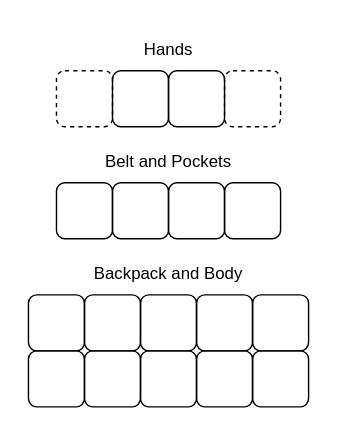
Above: docs/assets/Inventory.drawio.svg in varpeti/yaol_rpg (draw.io), before the change. Source tidied: cells renumbered, new cells last; positions are measured from the earlier drawing's top-left corner, leaving out a move shared by most shapes. The source it was exported from:
```xml
<mxGraphModel>
  <root>
    <mxCell id="0" />
    <mxCell id="1" parent="0" />
    <mxCell id="2" style="rounded=1;whiteSpace=wrap;html=1;fillColor=none;" parent="1" vertex="1">
      <mxGeometry x="60" y="30" width="40" height="40" as="geometry" />
    </mxCell>
    <mxCell id="3" style="rounded=1;whiteSpace=wrap;html=1;fillColor=none;" parent="1" vertex="1">
      <mxGeometry x="100" y="30" width="40" height="40" as="geometry" />
    </mxCell>
    <mxCell id="4" style="rounded=1;whiteSpace=wrap;html=1;dashed=1;fillColor=none;" parent="1" vertex="1">
      <mxGeometry x="20" y="30" width="40" height="40" as="geometry" />
    </mxCell>
    <mxCell id="5" style="rounded=1;whiteSpace=wrap;html=1;fillColor=none;" parent="1" vertex="1">
      <mxGeometry x="60" y="110" width="40" height="40" as="geometry" />
    </mxCell>
    <mxCell id="6" style="rounded=1;whiteSpace=wrap;html=1;fillColor=none;" parent="1" vertex="1">
      <mxGeometry x="100" y="110" width="40" height="40" as="geometry" />
    </mxCell>
    <mxCell id="7" style="rounded=1;whiteSpace=wrap;html=1;fillColor=none;" parent="1" vertex="1">
      <mxGeometry x="140" y="110" width="40" height="40" as="geometry" />
    </mxCell>
    <mxCell id="8" style="rounded=1;whiteSpace=wrap;html=1;fillColor=none;" parent="1" vertex="1">
      <mxGeometry x="20" y="110" width="40" height="40" as="geometry" />
    </mxCell>
    <mxCell id="9" style="rounded=1;whiteSpace=wrap;html=1;fillColor=none;" parent="1" vertex="1">
      <mxGeometry x="40" y="190" width="40" height="40" as="geometry" />
    </mxCell>
    <mxCell id="10" style="rounded=1;whiteSpace=wrap;html=1;fillColor=none;" parent="1" vertex="1">
      <mxGeometry x="80" y="190" width="40" height="40" as="geometry" />
    </mxCell>
    <mxCell id="11" style="rounded=1;whiteSpace=wrap;html=1;fillColor=none;" parent="1" vertex="1">
      <mxGeometry x="120" y="190" width="40" height="40" as="geometry" />
    </mxCell>
    <mxCell id="12" style="rounded=1;whiteSpace=wrap;html=1;fillColor=none;" parent="1" vertex="1">
      <mxGeometry y="190" width="40" height="40" as="geometry" />
    </mxCell>
    <mxCell id="13" style="rounded=1;whiteSpace=wrap;html=1;fillColor=none;" parent="1" vertex="1">
      <mxGeometry x="160" y="190" width="40" height="40" as="geometry" />
    </mxCell>
    <mxCell id="14" style="rounded=1;whiteSpace=wrap;html=1;fillColor=none;" parent="1" vertex="1">
      <mxGeometry x="40" y="230" width="40" height="40" as="geometry" />
    </mxCell>
    <mxCell id="15" style="rounded=1;whiteSpace=wrap;html=1;fillColor=none;" parent="1" vertex="1">
      <mxGeometry x="80" y="230" width="40" height="40" as="geometry" />
    </mxCell>
    <mxCell id="16" style="rounded=1;whiteSpace=wrap;html=1;fillColor=none;" parent="1" vertex="1">
      <mxGeometry x="120" y="230" width="40" height="40" as="geometry" />
    </mxCell>
    <mxCell id="17" style="rounded=1;whiteSpace=wrap;html=1;fillColor=none;" parent="1" vertex="1">
      <mxGeometry y="230" width="40" height="40" as="geometry" />
    </mxCell>
    <mxCell id="18" style="rounded=1;whiteSpace=wrap;html=1;fillColor=none;" parent="1" vertex="1">
      <mxGeometry x="160" y="230" width="40" height="40" as="geometry" />
    </mxCell>
    <mxCell id="19" style="rounded=1;whiteSpace=wrap;html=1;dashed=1;fillColor=none;" parent="1" vertex="1">
      <mxGeometry x="140" y="30" width="40" height="40" as="geometry" />
    </mxCell>
    <mxCell id="20" value="Hands" style="text;html=1;whiteSpace=wrap;strokeColor=none;fillColor=none;align=center;verticalAlign=middle;rounded=0;" parent="1" vertex="1">
      <mxGeometry x="60" width="80" height="30" as="geometry" />
    </mxCell>
    <mxCell id="21" value="Belt and Pockets" style="text;html=1;whiteSpace=wrap;strokeColor=none;fillColor=none;align=center;verticalAlign=middle;rounded=0;" parent="1" vertex="1">
      <mxGeometry x="20" y="80" width="160" height="30" as="geometry" />
    </mxCell>
    <mxCell id="22" value="Backpack and Body" style="text;html=1;whiteSpace=wrap;strokeColor=none;fillColor=none;align=center;verticalAlign=middle;rounded=0;" parent="1" vertex="1">
      <mxGeometry y="160" width="200" height="30" as="geometry" />
    </mxCell>
  </root>
</mxGraphModel>
```
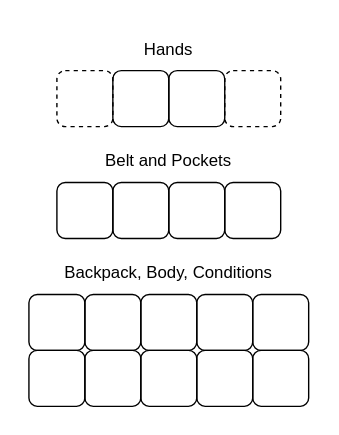
After the commit.

The edit, as a diff of the source:
```diff
@@ -62,8 +62,8 @@
     <mxCell id="21" value="Belt and Pockets" style="text;html=1;whiteSpace=wrap;strokeColor=none;fillColor=none;align=center;verticalAlign=middle;rounded=0;" parent="1" vertex="1">
       <mxGeometry x="20" y="80" width="160" height="30" as="geometry" />
     </mxCell>
-    <mxCell id="22" value="Backpack and Body" style="text;html=1;whiteSpace=wrap;strokeColor=none;fillColor=none;align=center;verticalAlign=middle;rounded=0;" parent="1" vertex="1">
-      <mxGeometry y="160" width="200" height="30" as="geometry" />
-    </mxCell>
+    <mxCell id="23" value="Backpack, Body, Conditions" style="text;html=1;whiteSpace=wrap;strokeColor=none;fillColor=none;align=center;verticalAlign=middle;rounded=0;" parent="1" vertex="1">
+      <mxGeometry y="160" width="200" height="30" as="geometry" />
+    </mxCell>
   </root>
 </mxGraphModel>
```
